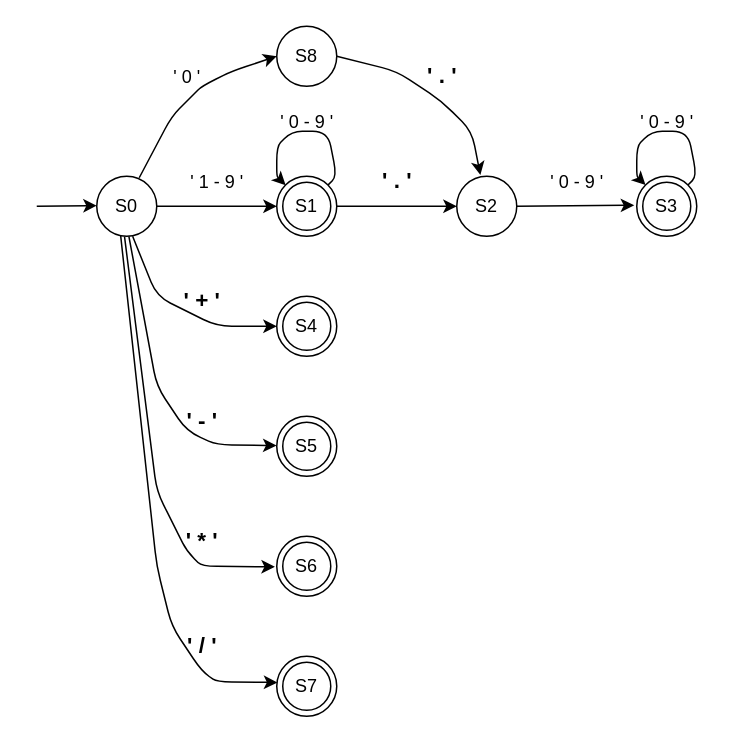
Above: src/main/resources/dfa.drawio in DmitriyIvanov89/RPN (draw.io), before the change. Source tidied: cells renumbered, new cells numbered last; positions are measured from the earlier drawing's top-left corner, leaving out a move shared by most shapes. Both pictures are drawn from the tidied source at 150%, with x=0, y=0 at pixel (36, 26).
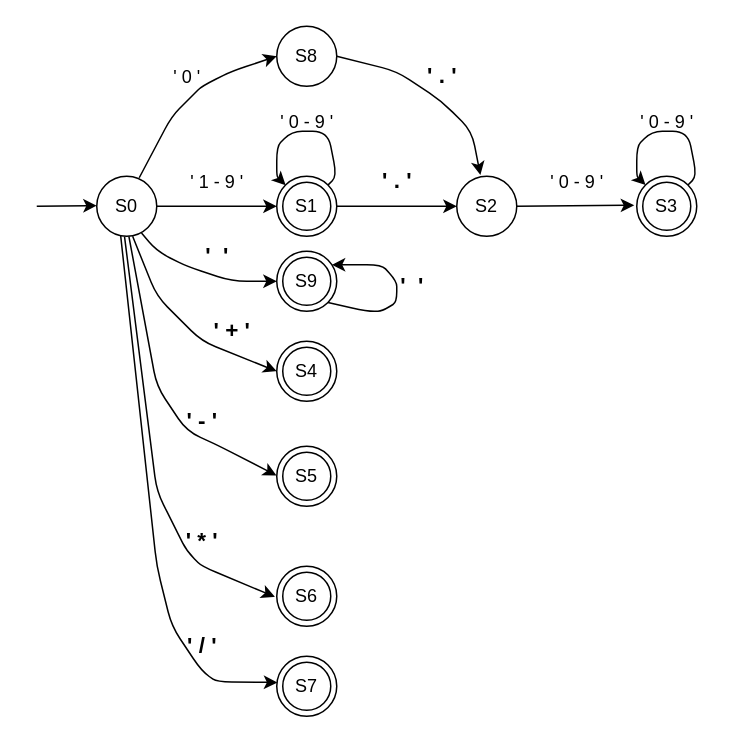
After the change.

Unchanged cells that the change refers to:
```xml
<mxCell id="2" value="S0" style="ellipse;whiteSpace=wrap;html=1;" parent="1" vertex="1">
  <mxGeometry x="40" y="100" width="40" height="40" as="geometry" />
</mxCell>
```

What changed in the source:
```diff
@@
     <mxCell id="6" value="S4" style="ellipse;shape=doubleEllipse;whiteSpace=wrap;html=1;" parent="1" vertex="1">
-      <mxGeometry x="160" y="180" width="40" height="40" as="geometry" />
+      <mxGeometry x="160" y="210" width="40" height="40" as="geometry" />
     </mxCell>
     <mxCell id="7" value="S5" style="ellipse;shape=doubleEllipse;whiteSpace=wrap;html=1;" parent="1" vertex="1">
-      <mxGeometry x="160" y="260" width="40" height="40" as="geometry" />
+      <mxGeometry x="160" y="280" width="40" height="40" as="geometry" />
     </mxCell>
     <mxCell id="8" value="S6" style="ellipse;shape=doubleEllipse;whiteSpace=wrap;html=1;" parent="1" vertex="1">
-      <mxGeometry x="160" y="340" width="40" height="40" as="geometry" />
+      <mxGeometry x="160" y="360" width="40" height="40" as="geometry" />
     </mxCell>
@@
     <mxCell id="16" style="endArrow=classic;html=1;exitX=0.598;exitY=1;exitDx=0;exitDy=0;exitPerimeter=0;entryX=0;entryY=0.5;entryDx=0;entryDy=0;" parent="1" edge="1" source="2" target="6">
       <mxGeometry relative="1" as="geometry">
         <Array as="points">
           <mxPoint x="80" y="180" />
-          <mxPoint x="120" y="200" />
+          <mxPoint x="110" y="210" />
         </Array>
       </mxGeometry>
     </mxCell>
@@
     <mxCell id="25" value="&lt;font style=&quot;font-size: 15px&quot;&gt;' + '&lt;/font&gt;" style="text;strokeColor=none;fillColor=none;html=1;fontSize=24;fontStyle=1;verticalAlign=middle;align=center;" parent="1" vertex="1">
-      <mxGeometry x="90" y="170" width="40" height="20" as="geometry" />
+      <mxGeometry x="110" y="190" width="40" height="20" as="geometry" />
     </mxCell>
@@
+    <mxCell id="34" value="S9" style="ellipse;shape=doubleEllipse;whiteSpace=wrap;html=1;" parent="1" vertex="1">
+      <mxGeometry x="160" y="150" width="40" height="40" as="geometry" />
+    </mxCell>
+    <mxCell id="35" style="endArrow=classic;html=1;entryX=0.917;entryY=0.226;entryDx=0;entryDy=0;entryPerimeter=0;exitX=1;exitY=1;exitDx=0;exitDy=0;" parent="1" edge="1" source="34" target="34">
+      <mxGeometry relative="1" as="geometry">
+        <Array as="points">
+          <mxPoint x="220" y="190" />
+          <mxPoint x="230" y="190" />
+          <mxPoint x="240" y="184" />
+          <mxPoint x="240" y="170" />
+          <mxPoint x="230" y="159" />
+          <mxPoint x="210" y="159" />
+        </Array>
+      </mxGeometry>
+    </mxCell>
+    <mxCell id="36" style="endArrow=classic;html=1;exitX=0.746;exitY=0.945;exitDx=0;exitDy=0;exitPerimeter=0;" parent="1" edge="1" source="2">
+      <mxGeometry relative="1" as="geometry">
+        <mxPoint x="160" y="170" as="targetPoint" />
+        <Array as="points">
+          <mxPoint x="80" y="150" />
+          <mxPoint x="100" y="160" />
+          <mxPoint x="130" y="170" />
+        </Array>
+      </mxGeometry>
+    </mxCell>
+    <mxCell id="37" value="&lt;font style=&quot;font-size: 15px&quot;&gt;'&amp;nbsp; '&lt;/font&gt;" style="text;strokeColor=none;fillColor=none;html=1;fontSize=24;fontStyle=1;verticalAlign=middle;align=center;" parent="1" vertex="1">
+      <mxGeometry x="100" y="140" width="40" height="20" as="geometry" />
+    </mxCell>
+    <mxCell id="38" value="&lt;font style=&quot;font-size: 15px&quot;&gt;'&amp;nbsp; '&lt;/font&gt;" style="text;strokeColor=none;fillColor=none;html=1;fontSize=24;fontStyle=1;verticalAlign=middle;align=center;" parent="1" vertex="1">
+      <mxGeometry x="230" y="160" width="40" height="20" as="geometry" />
+    </mxCell>
```
